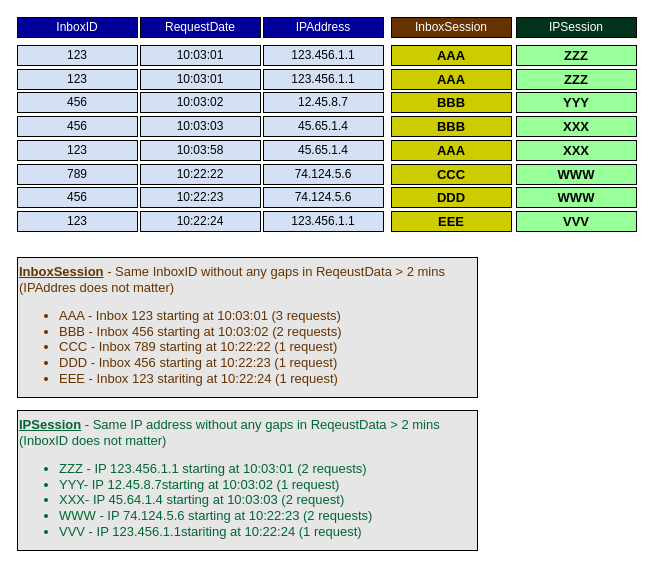
Above: Diagrams/Sessionization.dio in Robert-312/PyTorch-CNN-Framework (draw.io), before the change. Source tidied: cells renumbered, new cells numbered last; positions are measured from the earlier drawing's top-left corner, leaving out a move shared by most shapes. Both pictures are drawn from the tidied source at 100%, with x=0, y=0 at pixel (17, 17).
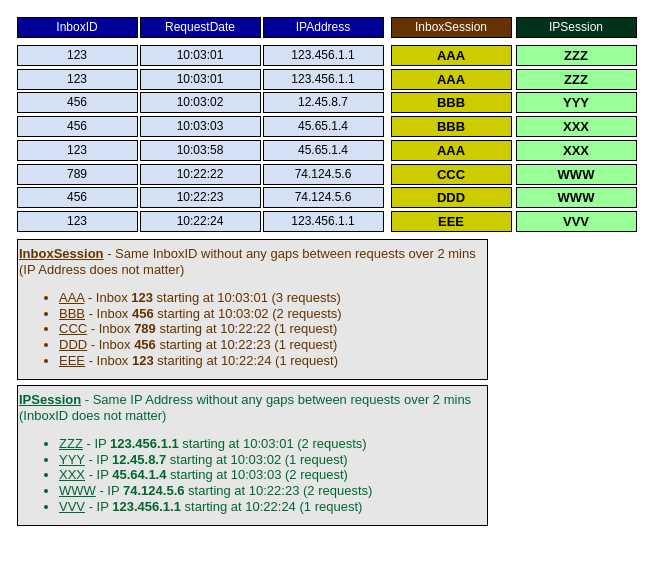
Above is the later version.

Change to the diagram source:
```diff
@@
-    <mxCell id="54" value="&lt;div&gt;&lt;b&gt;&lt;u&gt;InboxSession&lt;/u&gt;&lt;/b&gt; - Same InboxID&amp;nbsp;&lt;span&gt;without any gaps in ReqeustData &amp;gt; 2 mins&amp;nbsp;&lt;/span&gt;&lt;/div&gt;&lt;div&gt;&lt;span&gt;(IPAddres does not matter)&lt;/span&gt;&lt;/div&gt;&lt;ul&gt;&lt;li&gt;AAA - Inbox 123 starting at 10:03:01 (3 requests)&lt;/li&gt;&lt;li&gt;BBB - Inbox 456 starting at 10:03:02 (2 requests)&lt;/li&gt;&lt;li&gt;CCC - Inbox 789 starting at 10:22:22 (1 request)&lt;/li&gt;&lt;li&gt;DDD - Inbox 456 starting at 10:22:23 (1 request)&lt;/li&gt;&lt;li&gt;EEE - Inbox 123 stariting at 10:22:24 (1 request)&lt;br&gt;&lt;/li&gt;&lt;/ul&gt;" style="rounded=0;whiteSpace=wrap;html=1;fillColor=#E6E6E6;fontSize=13;fontColor=#663300;align=left;verticalAlign=top;" parent="1" vertex="1">
-      <mxGeometry y="240" width="460" height="140" as="geometry" />
+    <mxCell id="54" value="&lt;div&gt;&lt;b&gt;&lt;u&gt;InboxSession&lt;/u&gt;&lt;/b&gt; - Same InboxID&amp;nbsp;&lt;span&gt;without any gaps between requests over 2 mins&amp;nbsp;&lt;/span&gt;&lt;/div&gt;&lt;div&gt;&lt;span&gt;(IP Address does not matter)&lt;/span&gt;&lt;/div&gt;&lt;ul&gt;&lt;li&gt;&lt;u&gt;AAA&lt;/u&gt; - Inbox &lt;b&gt;123&lt;/b&gt; starting at 10:03:01 (3 requests)&lt;/li&gt;&lt;li&gt;&lt;u&gt;BBB&lt;/u&gt; - Inbox &lt;b&gt;456&lt;/b&gt; starting at 10:03:02 (2 requests)&lt;/li&gt;&lt;li&gt;&lt;u&gt;CCC&lt;/u&gt; - Inbox &lt;b&gt;789&lt;/b&gt; starting at 10:22:22 (1 request)&lt;/li&gt;&lt;li&gt;&lt;u&gt;DDD&lt;/u&gt; - Inbox &lt;b&gt;456&lt;/b&gt; starting at 10:22:23 (1 request)&lt;/li&gt;&lt;li&gt;&lt;u&gt;EEE&lt;/u&gt; - Inbox &lt;b&gt;123&lt;/b&gt; stariting at 10:22:24 (1 request)&lt;br&gt;&lt;/li&gt;&lt;/ul&gt;" style="rounded=0;whiteSpace=wrap;html=1;fillColor=#E6E6E6;fontSize=13;fontColor=#663300;align=left;verticalAlign=top;" parent="1" vertex="1">
+      <mxGeometry y="222" width="470" height="140" as="geometry" />
     </mxCell>
-    <mxCell id="55" value="&lt;div&gt;&lt;b&gt;&lt;u&gt;IPSession&lt;/u&gt;&lt;/b&gt; - Same IP address &lt;span&gt;without any gaps in ReqeustData &amp;gt; 2 mins&amp;nbsp;&lt;/span&gt;&lt;/div&gt;&lt;div&gt;&lt;span&gt;(InboxID does not matter)&lt;/span&gt;&lt;/div&gt;&lt;ul&gt;&lt;li&gt;ZZZ - IP 123.456.1.1 starting at 10:03:01 (2 requests)&lt;/li&gt;&lt;li&gt;YYY- IP 12.45.8.7starting at 10:03:02 (1 request)&lt;/li&gt;&lt;li&gt;XXX- IP 45.64.1.4 starting at 10:03:03 (2 request)&lt;/li&gt;&lt;li&gt;WWW - IP 74.124.5.6 starting at 10:22:23 (2 requests)&lt;/li&gt;&lt;li&gt;VVV - IP &lt;span&gt;123.456.1.1&lt;/span&gt;stariting at 10:22:24 (1 request)&lt;br&gt;&lt;/li&gt;&lt;/ul&gt;" style="rounded=0;whiteSpace=wrap;html=1;fillColor=#E6E6E6;fontSize=13;fontColor=#006633;align=left;verticalAlign=top;" parent="1" vertex="1">
-      <mxGeometry y="393" width="460" height="140" as="geometry" />
+    <mxCell id="55" value="&lt;div&gt;&lt;b&gt;&lt;u&gt;IPSession&lt;/u&gt;&lt;/b&gt; - Same IP Address&lt;span&gt; without any gaps between requests over 2 mins&amp;nbsp;&lt;/span&gt;&lt;/div&gt;&lt;div&gt;&lt;span&gt;(InboxID does not matter)&lt;/span&gt;&lt;/div&gt;&lt;ul&gt;&lt;li&gt;&lt;u&gt;ZZZ&lt;/u&gt; - IP &lt;b&gt;123.456.1.1&lt;/b&gt; starting at 10:03:01 (2 requests)&lt;/li&gt;&lt;li&gt;&lt;u&gt;YYY&lt;/u&gt; - IP &lt;b&gt;12.45.8.7&lt;/b&gt; starting at 10:03:02 (1 request)&lt;/li&gt;&lt;li&gt;&lt;u&gt;XXX&lt;/u&gt; - IP &lt;b&gt;45.64.1.4&lt;/b&gt; starting at 10:03:03 (2 request)&lt;/li&gt;&lt;li&gt;&lt;u&gt;WWW&lt;/u&gt; - IP &lt;b&gt;74.124.5.6&lt;/b&gt; starting at 10:22:23 (2 requests)&lt;/li&gt;&lt;li&gt;&lt;u&gt;VVV&lt;/u&gt; - IP &lt;b&gt;123.456.1.1&lt;/b&gt;&lt;span&gt; &lt;/span&gt;&lt;span&gt;starting &lt;/span&gt;at 10:22:24 (1 request)&lt;br&gt;&lt;/li&gt;&lt;/ul&gt;" style="rounded=0;whiteSpace=wrap;html=1;fillColor=#E6E6E6;fontSize=13;fontColor=#006633;align=left;verticalAlign=top;" parent="1" vertex="1">
+      <mxGeometry y="368" width="470" height="140" as="geometry" />
     </mxCell>
```
